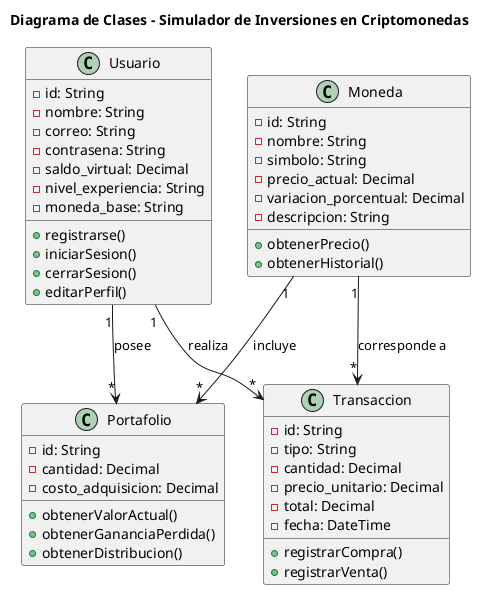
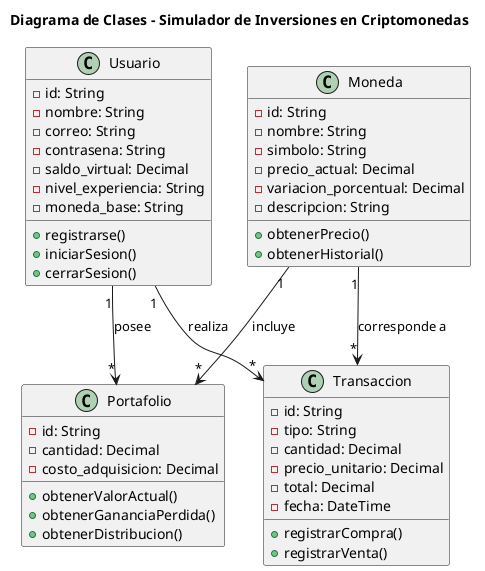
@startuml
title Diagrama de Clases - Simulador de Inversiones en Criptomonedas

class Usuario {
  -id: String
  -nombre: String
  -correo: String
  -contrasena: String
  -saldo_virtual: Decimal
  -nivel_experiencia: String
  -moneda_base: String
  +registrarse()
  +iniciarSesion()
  +cerrarSesion()
-   +editarPerfil()
}

class Moneda {
  -id: String
  -nombre: String
  -simbolo: String
  -precio_actual: Decimal
  -variacion_porcentual: Decimal
  -descripcion: String
  +obtenerPrecio()
  +obtenerHistorial()
}

class Portafolio {
  -id: String
  -cantidad: Decimal
  -costo_adquisicion: Decimal
  +obtenerValorActual()
  +obtenerGananciaPerdida()
  +obtenerDistribucion()
}

class Transaccion {
  -id: String
  -tipo: String
  -cantidad: Decimal
  -precio_unitario: Decimal
  -total: Decimal
  -fecha: DateTime
  +registrarCompra()
  +registrarVenta()
}

Usuario "1" --> "*" Portafolio : posee
Usuario "1" --> "*" Transaccion : realiza
Moneda "1" --> "*" Portafolio : incluye
Moneda "1" --> "*" Transaccion : corresponde a

@enduml
